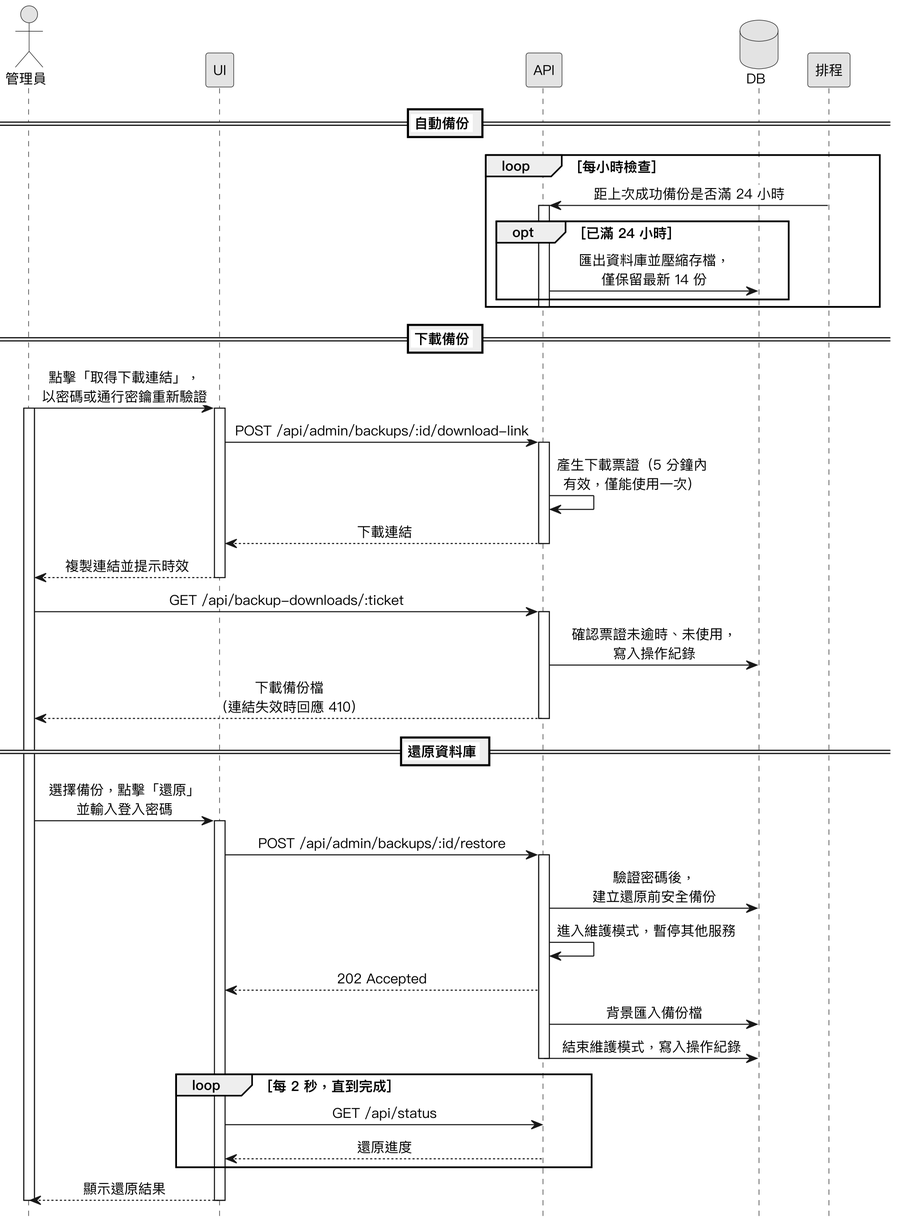
Before: Diagrams/Sequence Diagrams/v3/seq_backup_restore.png, a diagram exported from PlantUML (SaveMyBook/SaveMyBook).
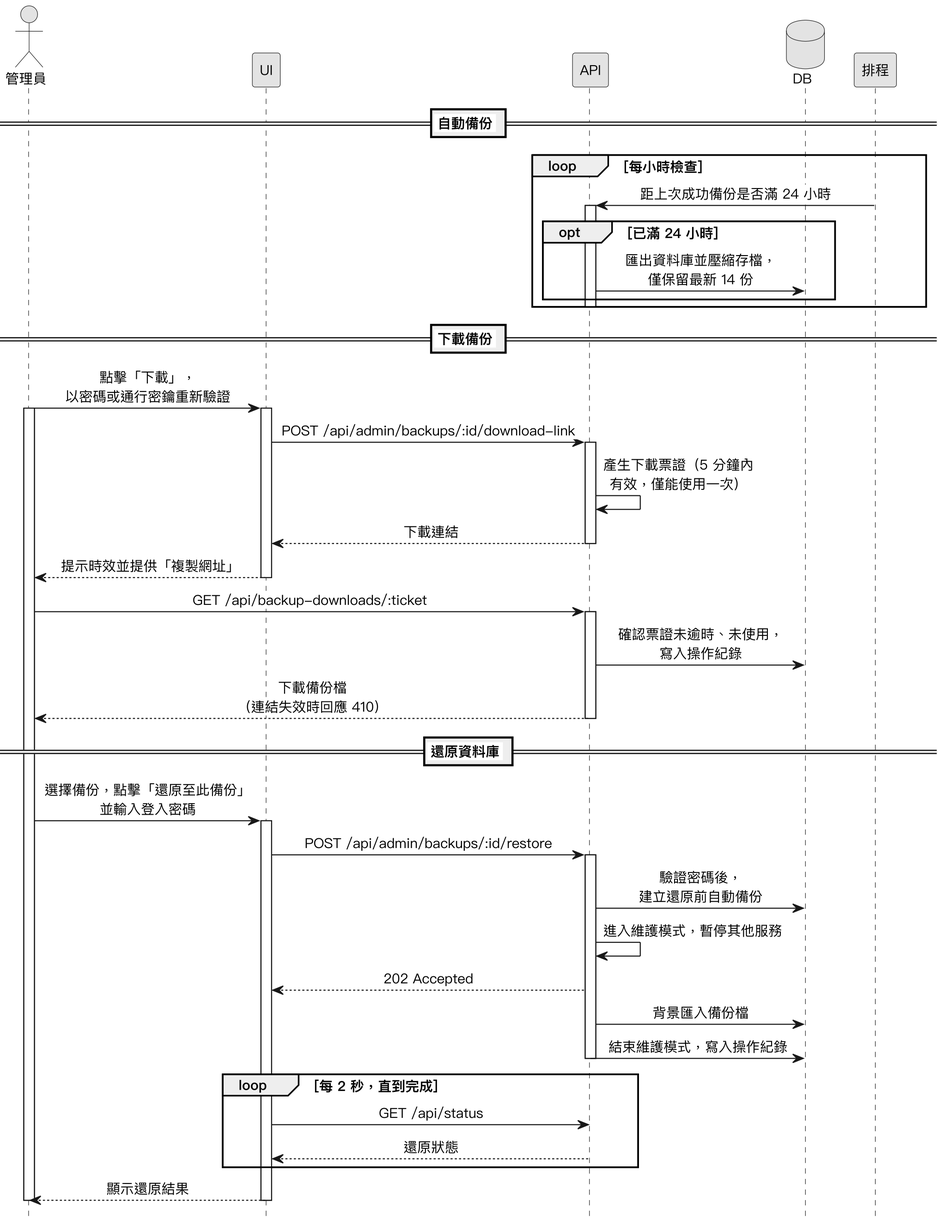
After the commit.

The edit, as a diff of the source:
```diff
@@ -25,7 +25,7 @@
 end
 
 == 下載備份 ==
-管理員 -> UI : 點擊「取得下載連結」，\n以密碼或通行密鑰重新驗證
+管理員 -> UI : 點擊「下載」，\n以密碼或通行密鑰重新驗證
 activate 管理員
 activate UI
 UI -> API : POST /api/admin/backups/:id/download-link
@@ -33,7 +33,7 @@
 API -> API : 產生下載票證（5 分鐘內\n有效，僅能使用一次）
 API --> UI : 下載連結
 deactivate API
-UI --> 管理員 : 複製連結並提示時效
+UI --> 管理員 : 提示時效並提供「複製網址」
 deactivate UI
 管理員 -> API : GET /api/backup-downloads/:ticket
 activate API
@@ -42,11 +42,11 @@
 deactivate API
 
 == 還原資料庫 ==
-管理員 -> UI : 選擇備份，點擊「還原」\n並輸入登入密碼
+管理員 -> UI : 選擇備份，點擊「還原至此備份」\n並輸入登入密碼
 activate UI
 UI -> API : POST /api/admin/backups/:id/restore
 activate API
-API -> DB : 驗證密碼後，\n建立還原前安全備份
+API -> DB : 驗證密碼後，\n建立還原前自動備份
 API -> API : 進入維護模式，暫停其他服務
 API --> UI : 202 Accepted
 API -> DB : 背景匯入備份檔
@@ -54,7 +54,7 @@
 deactivate API
 loop 每 2 秒，直到完成
   UI -> API : GET /api/status
-  API --> UI : 還原進度
+  API --> UI : 還原狀態
 end
 UI --> 管理員 : 顯示還原結果
 deactivate UI
```
